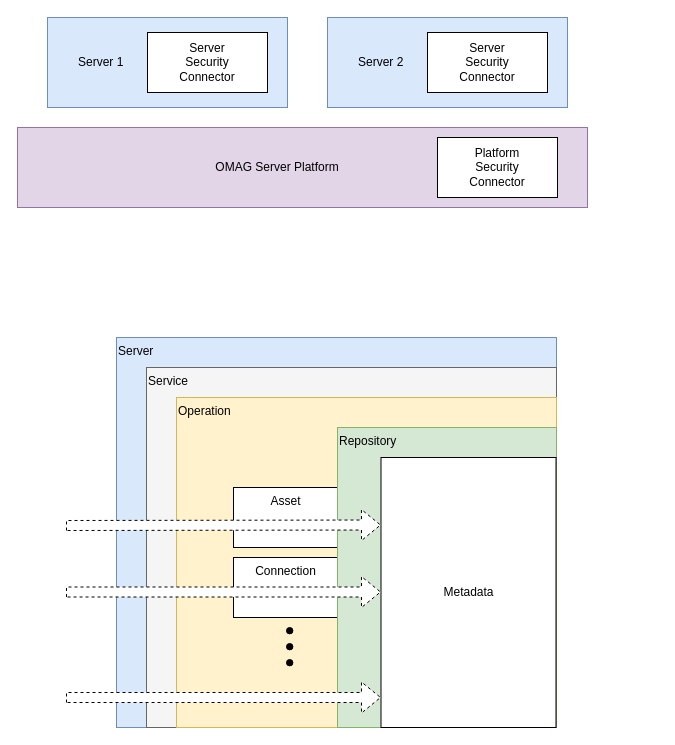
Above: page "security-overview" (1 of 5) of open-metadata-implementation/common-services/metadata-security/docs/metadata-security.drawio in odpi/egeria (draw.io), before the change. Source tidied: cells renumbered, new cells numbered last; positions are measured from the earlier drawing's top-left corner, leaving out a move shared by most shapes. Both pictures are drawn from the tidied source at 100%, with x=0, y=0 at pixel (17, 17).
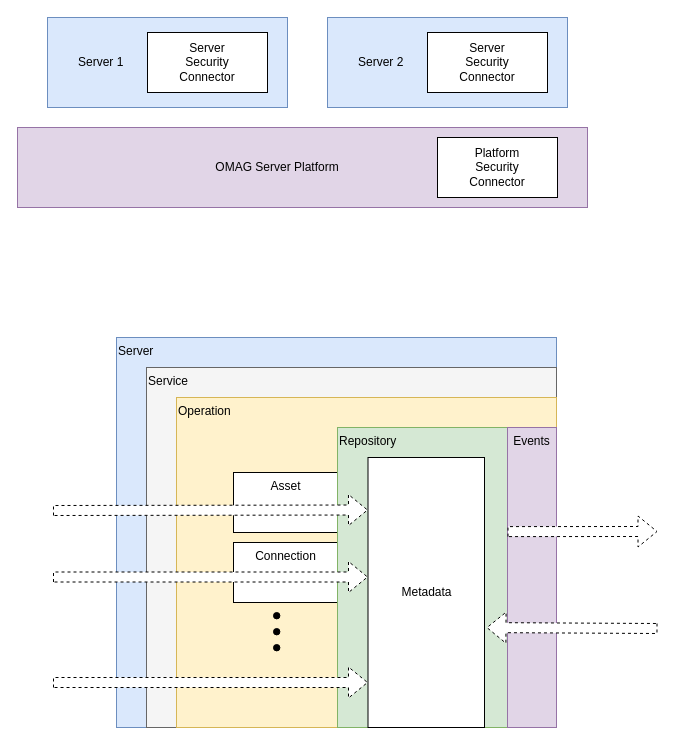
Above is the later version.

What changed in the source:
```diff
@@
     <mxCell id="11" value="Asset" style="rounded=0;whiteSpace=wrap;html=1;align=center;verticalAlign=top;" parent="1" vertex="1">
-      <mxGeometry x="216" y="470" width="105" height="60" as="geometry" />
+      <mxGeometry x="216" y="455" width="105" height="60" as="geometry" />
     </mxCell>
     <mxCell id="12" value="Connection" style="rounded=0;whiteSpace=wrap;html=1;align=center;verticalAlign=top;" parent="1" vertex="1">
-      <mxGeometry x="216" y="540" width="105" height="60" as="geometry" />
+      <mxGeometry x="216" y="525" width="105" height="60" as="geometry" />
     </mxCell>
     <mxCell id="13" style="group;" parent="1" vertex="1">
-      <mxGeometry x="269" y="610" width="8" height="40" as="geometry" />
+      <mxGeometry x="256" y="595" width="8" height="40" as="geometry" />
     </mxCell>
@@
-    <mxCell id="18" value="Metadata" style="rounded=0;whiteSpace=wrap;html=1;align=center;verticalAlign=middle;fillColor=#ffffff;strokeColor=#000000;" parent="1" vertex="1">
-      <mxGeometry x="363.5" y="440" width="175" height="270" as="geometry" />
-    </mxCell>
-    <mxCell id="19" style="shape=flexArrow;endArrow=classic;html=1;fillColor=#ffffff;dashed=1;entryX=0;entryY=0.25;" parent="1" edge="1" target="18">
+    <mxCell id="19" style="shape=flexArrow;endArrow=classic;html=1;fillColor=#ffffff;dashed=1;entryX=0;entryY=0.25;" parent="1" edge="1">
       <mxGeometry relative="1" as="geometry">
-        <mxPoint x="48.5" y="508" as="sourcePoint" />
+        <mxPoint x="35.5" y="493" as="sourcePoint" />
+        <mxPoint x="350.5" y="492.5" as="targetPoint" />
       </mxGeometry>
     </mxCell>
     <mxCell id="20" style="shape=flexArrow;endArrow=classic;html=1;fillColor=#ffffff;dashed=1;entryX=0;entryY=0.25;" parent="1" edge="1">
       <mxGeometry relative="1" as="geometry">
-        <mxPoint x="48.5" y="574.5" as="sourcePoint" />
-        <mxPoint x="363.5" y="574.5" as="targetPoint" />
+        <mxPoint x="35.5" y="559.5" as="sourcePoint" />
+        <mxPoint x="350.5" y="559.5" as="targetPoint" />
       </mxGeometry>
     </mxCell>
     <mxCell id="21" style="shape=flexArrow;endArrow=classic;html=1;fillColor=#ffffff;dashed=1;entryX=0;entryY=0.25;" parent="1" edge="1">
       <mxGeometry relative="1" as="geometry">
-        <mxPoint x="48.5" y="680" as="sourcePoint" />
-        <mxPoint x="363.5" y="680" as="targetPoint" />
+        <mxPoint x="35.5" y="665" as="sourcePoint" />
+        <mxPoint x="350.5" y="665" as="targetPoint" />
       </mxGeometry>
     </mxCell>
+    <mxCell id="22" value="Events" style="rounded=0;whiteSpace=wrap;html=1;fillColor=#e1d5e7;strokeColor=#9673a6;verticalAlign=top;" parent="1" vertex="1">
+      <mxGeometry x="490" y="410" width="49" height="300" as="geometry" />
+    </mxCell>
+    <mxCell id="18" value="Metadata" style="rounded=0;whiteSpace=wrap;html=1;align=center;verticalAlign=middle;fillColor=#ffffff;strokeColor=#000000;" parent="1" vertex="1">
+      <mxGeometry x="350.5" y="440" width="116.5" height="270" as="geometry" />
+    </mxCell>
+    <mxCell id="23" style="shape=flexArrow;endArrow=classic;html=1;fillColor=#ffffff;dashed=1;exitX=0;exitY=0.347;exitDx=0;exitDy=0;exitPerimeter=0;" parent="1" edge="1" source="22">
+      <mxGeometry relative="1" as="geometry">
+        <mxPoint x="640" y="514" as="targetPoint" />
+      </mxGeometry>
+    </mxCell>
+    <mxCell id="24" style="shape=flexArrow;endArrow=classic;html=1;fillColor=#ffffff;dashed=1;entryX=1.017;entryY=0.63;entryDx=0;entryDy=0;entryPerimeter=0;" parent="1" edge="1" target="18">
+      <mxGeometry relative="1" as="geometry">
+        <mxPoint x="640" y="611" as="sourcePoint" />
+      </mxGeometry>
+    </mxCell>
```
